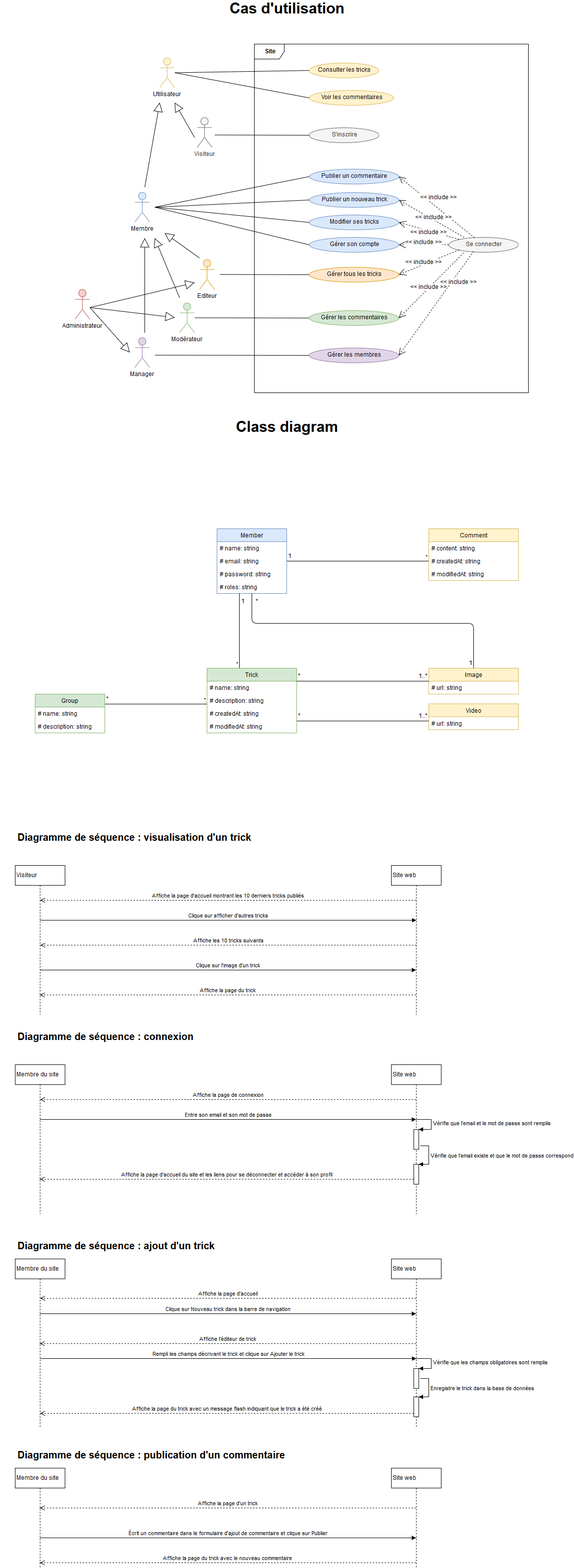
This is uml_diagrams/p6_diagrams.png from nicordev/formation-oc-php-projet6-symfony, a draw.io export, as it was before one commit. Source tidied: cells renumbered, new cells last; positions are measured from the earlier drawing's top-left corner, leaving out a move shared by most shapes.
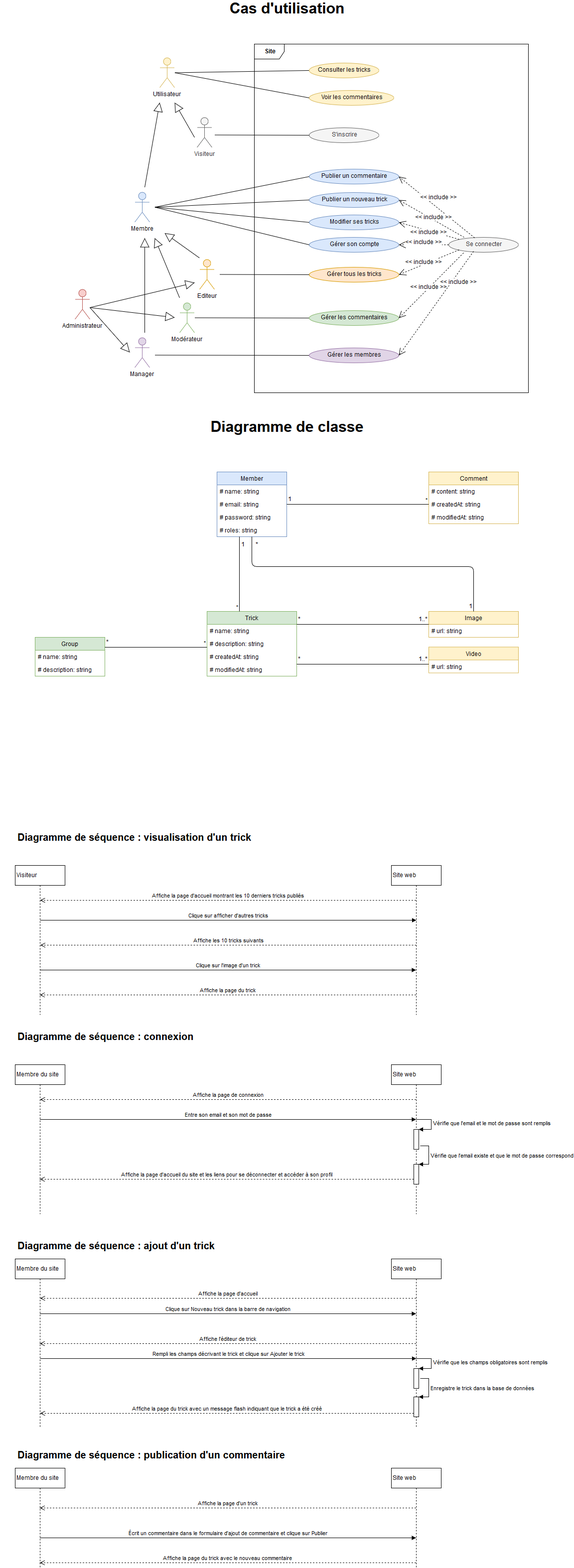
The same diagram one commit later.

The edit, as a diff of the source:
```diff
@@ -136,11 +136,11 @@
     <mxCell id="34" value="Gérer les membres" style="ellipse;whiteSpace=wrap;html=1;fontSize=12;fillColor=#e1d5e7;strokeColor=#9673a6;" parent="1" vertex="1">
       <mxGeometry x="620" y="690.5" width="180" height="30" as="geometry" />
     </mxCell>
-    <mxCell id="35" value="Class diagram" style="text;html=1;strokeColor=none;fillColor=none;align=center;verticalAlign=middle;whiteSpace=wrap;rounded=0;fontStyle=1;fontSize=30;" parent="1" vertex="1">
+    <mxCell id="35" value="Diagramme de classe" style="text;html=1;strokeColor=none;fillColor=none;align=center;verticalAlign=middle;whiteSpace=wrap;rounded=0;fontStyle=1;fontSize=30;" parent="1" vertex="1">
       <mxGeometry y="840" width="1150" height="20" as="geometry" />
     </mxCell>
     <mxCell id="36" value="Member" style="swimlane;fontStyle=0;horizontal=1;startSize=26;fillColor=#dae8fc;fontSize=12;strokeColor=#6c8ebf;" parent="1" vertex="1">
-      <mxGeometry x="435" y="1054" width="140" height="130" as="geometry" />
+      <mxGeometry x="435" y="940" width="140" height="130" as="geometry" />
     </mxCell>
     <mxCell id="37" value="# name: string" style="text;strokeColor=none;fillColor=none;align=left;verticalAlign=top;spacingLeft=4;spacingRight=4;overflow=hidden;" parent="36" vertex="1">
       <mxGeometry y="26" width="140" height="26" as="geometry" />
@@ -155,7 +155,7 @@
       <mxGeometry y="104" width="140" height="26" as="geometry" />
     </mxCell>
     <mxCell id="41" value="Trick" style="swimlane;fontStyle=0;horizontal=1;startSize=26;fillColor=#d5e8d4;fontSize=12;strokeColor=#82b366;" parent="1" vertex="1">
-      <mxGeometry x="415" y="1334" width="180" height="130" as="geometry" />
+      <mxGeometry x="415" y="1220" width="180" height="130" as="geometry" />
     </mxCell>
     <mxCell id="42" value="# name: string" style="text;strokeColor=none;fillColor=none;align=left;verticalAlign=top;spacingLeft=4;spacingRight=4;overflow=hidden;" parent="41" vertex="1">
       <mxGeometry y="26" width="180" height="26" as="geometry" />
@@ -170,7 +170,7 @@
       <mxGeometry y="104" width="180" height="26" as="geometry" />
     </mxCell>
     <mxCell id="46" value="Comment" style="swimlane;fontStyle=0;horizontal=1;startSize=26;fillColor=#fff2cc;fontSize=12;strokeColor=#d6b656;" parent="1" vertex="1">
-      <mxGeometry x="860" y="1054" width="180" height="104" as="geometry" />
+      <mxGeometry x="860" y="940" width="180" height="104" as="geometry" />
     </mxCell>
     <mxCell id="47" value="# content: string" style="text;strokeColor=none;fillColor=none;align=left;verticalAlign=top;spacingLeft=4;spacingRight=4;overflow=hidden;" parent="46" vertex="1">
       <mxGeometry y="26" width="180" height="26" as="geometry" />
@@ -182,7 +182,7 @@
       <mxGeometry y="78" width="180" height="26" as="geometry" />
     </mxCell>
     <mxCell id="50" value="Group" style="swimlane;fontStyle=0;horizontal=1;startSize=26;fillColor=#d5e8d4;fontSize=12;strokeColor=#82b366;" parent="1" vertex="1">
-      <mxGeometry x="70" y="1386" width="140" height="78" as="geometry" />
+      <mxGeometry x="70" y="1272" width="140" height="78" as="geometry" />
     </mxCell>
     <mxCell id="51" value="# name: string" style="text;strokeColor=none;fillColor=none;align=left;verticalAlign=top;spacingLeft=4;spacingRight=4;overflow=hidden;" parent="50" vertex="1">
       <mxGeometry y="26" width="140" height="26" as="geometry" />
@@ -191,7 +191,7 @@
       <mxGeometry y="52" width="140" height="26" as="geometry" />
     </mxCell>
     <mxCell id="53" value="Image" style="swimlane;fontStyle=0;horizontal=1;startSize=26;fillColor=#fff2cc;fontSize=12;strokeColor=#d6b656;" parent="1" vertex="1">
-      <mxGeometry x="860" y="1334" width="180" height="52" as="geometry" />
+      <mxGeometry x="860" y="1220" width="180" height="52" as="geometry" />
     </mxCell>
     <mxCell id="54" value="# url: string" style="text;strokeColor=none;fillColor=none;align=left;verticalAlign=top;spacingLeft=4;spacingRight=4;overflow=hidden;" parent="53" vertex="1">
       <mxGeometry y="26" width="180" height="26" as="geometry" />
@@ -199,8 +199,8 @@
     <mxCell id="55" style="endArrow=none;html=1;edgeStyle=orthogonalEdgeStyle;fontSize=12;exitX=1;exitY=0.25;exitDx=0;exitDy=0;" parent="1" edge="1" source="50" target="41">
       <mxGeometry relative="1" as="geometry">
         <Array as="points">
-          <mxPoint x="340" y="1406" />
-          <mxPoint x="340" y="1406" />
+          <mxPoint x="340" y="1292" />
+          <mxPoint x="340" y="1292" />
         </Array>
       </mxGeometry>
     </mxCell>
@@ -213,8 +213,8 @@
     <mxCell id="58" style="endArrow=none;html=1;edgeStyle=orthogonalEdgeStyle;fontSize=12;" parent="1" edge="1" source="41" target="53">
       <mxGeometry relative="1" as="geometry">
         <Array as="points">
-          <mxPoint x="850" y="1360" />
-          <mxPoint x="850" y="1360" />
+          <mxPoint x="850" y="1246" />
+          <mxPoint x="850" y="1246" />
         </Array>
       </mxGeometry>
     </mxCell>
@@ -227,8 +227,8 @@
     <mxCell id="61" style="endArrow=none;html=1;edgeStyle=orthogonalEdgeStyle;fontSize=12;" parent="1" edge="1" source="36" target="53">
       <mxGeometry relative="1" as="geometry">
         <Array as="points">
-          <mxPoint x="505" y="1244" />
-          <mxPoint x="950" y="1244" />
+          <mxPoint x="505" y="1130" />
+          <mxPoint x="950" y="1130" />
         </Array>
       </mxGeometry>
     </mxCell>
@@ -243,8 +243,8 @@
     <mxCell id="64" style="endArrow=none;html=1;edgeStyle=orthogonalEdgeStyle;fontSize=12;" parent="1" edge="1" source="36" target="46">
       <mxGeometry relative="1" as="geometry">
         <Array as="points">
-          <mxPoint x="790" y="1119" />
-          <mxPoint x="790" y="1119" />
+          <mxPoint x="790" y="1005" />
+          <mxPoint x="790" y="1005" />
         </Array>
       </mxGeometry>
     </mxCell>
@@ -257,8 +257,8 @@
     <mxCell id="67" style="endArrow=none;html=1;edgeStyle=orthogonalEdgeStyle;fontSize=12;" parent="1" edge="1" source="36" target="41">
       <mxGeometry relative="1" as="geometry">
         <Array as="points">
-          <mxPoint x="480" y="1244" />
-          <mxPoint x="480" y="1244" />
+          <mxPoint x="480" y="1130" />
+          <mxPoint x="480" y="1130" />
         </Array>
       </mxGeometry>
     </mxCell>
@@ -318,7 +318,7 @@
       </mxGeometry>
     </mxCell>
     <mxCell id="82" value="Video" style="swimlane;fontStyle=0;horizontal=1;startSize=26;fillColor=#fff2cc;fontSize=12;strokeColor=#d6b656;" parent="1" vertex="1">
-      <mxGeometry x="860" y="1405.5" width="180" height="52" as="geometry" />
+      <mxGeometry x="860" y="1291.5" width="180" height="52" as="geometry" />
     </mxCell>
     <mxCell id="83" value="# url: string" style="text;strokeColor=none;fillColor=none;align=left;verticalAlign=top;spacingLeft=4;spacingRight=4;overflow=hidden;" parent="82" vertex="1">
       <mxGeometry y="26" width="180" height="26" as="geometry" />
@@ -326,8 +326,8 @@
     <mxCell id="84" style="endArrow=none;html=1;edgeStyle=orthogonalEdgeStyle;fontSize=12;" parent="1" edge="1" source="41" target="82">
       <mxGeometry relative="1" as="geometry">
         <Array as="points">
-          <mxPoint x="850" y="1440" />
-          <mxPoint x="850" y="1440" />
+          <mxPoint x="850" y="1326" />
+          <mxPoint x="850" y="1326" />
         </Array>
       </mxGeometry>
     </mxCell>
```
